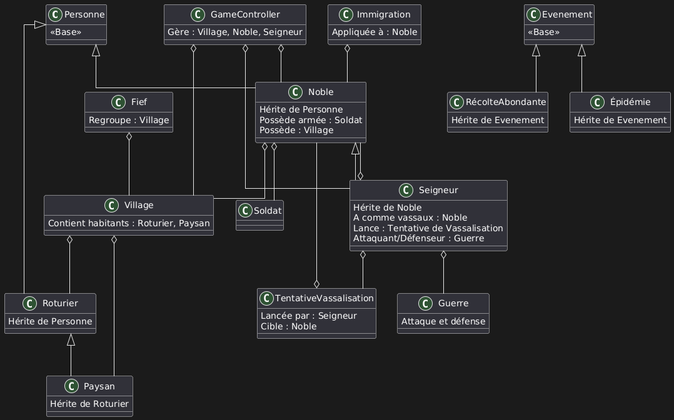
This is Rendu/plantUML.png from evilbutcool73/Jeu_Medievale, a PlantUML export, as it was before one commit. Its diagram source:
```plantuml
@startuml
skinparam linetype ortho

class Personne {
    <<Base>>
}

class Roturier {
    Hérite de Personne
}

class Paysan {
    Hérite de Roturier
}

class Noble {
    Hérite de Personne
    Possède armée : Soldat
    Possède : Village
}

class Seigneur {
    Hérite de Noble
    A comme vassaux : Noble
    Lance : Tentative de Vassalisation
    Attaquant/Défenseur : Guerre
}

class Soldat

class Village {
    Contient habitants : Roturier, Paysan
}

class Fief {
    Regroupe : Village
}

class Evenement {
    <<Base>>
}

class RécolteAbondante {
    Hérite de Evenement
}

class Épidémie {
    Hérite de Evenement
}

class TentativeVassalisation {
    Lancée par : Seigneur
    Cible : Noble
}

class Guerre {
    Attaque et défense
}

class Immigration {
    Appliquée à : Noble
}

class GameController {
    Gère : Village, Noble, Seigneur
}

Personne <|-- Roturier
Roturier <|-- Paysan
Personne <|-- Noble
Noble <|-- Seigneur
Noble o-- Soldat
Noble o-- Village
Seigneur o-- Noble
Village o-- Roturier
Village o-- Paysan
Fief o-- Village
Evenement <|-- RécolteAbondante
Evenement <|-- Épidémie
Seigneur o-- TentativeVassalisation
TentativeVassalisation o-- Noble
Seigneur o-- Guerre
Immigration o-- Noble
GameController o-- Village
GameController o-- Noble
GameController o-- Seigneur
@enduml
```
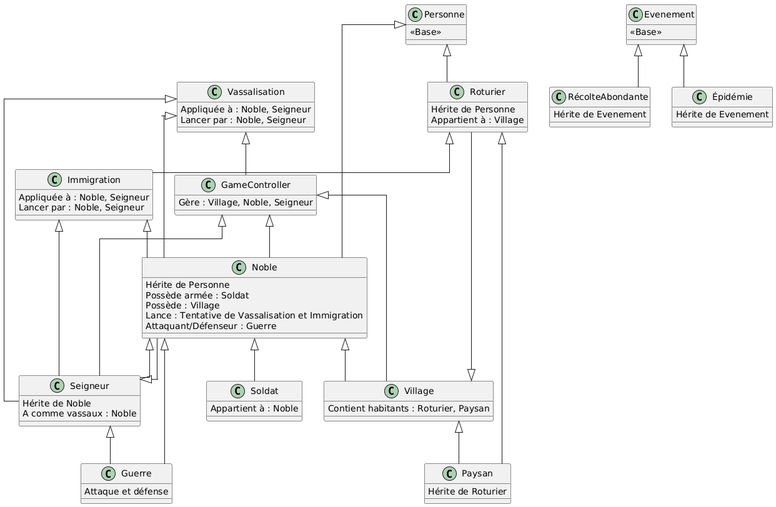
Later version of the same file.

The edit, as a diff of the source:
```diff
@@ -7,6 +7,7 @@
 
 class Roturier {
     Hérite de Personne
+    Appartient à : Village
 }
 
 class Paysan {
@@ -17,23 +18,21 @@
     Hérite de Personne
     Possède armée : Soldat
     Possède : Village
+    Lance : Tentative de Vassalisation et Immigration
+    Attaquant/Défenseur : Guerre
 }
 
 class Seigneur {
     Hérite de Noble
     A comme vassaux : Noble
-    Lance : Tentative de Vassalisation
-    Attaquant/Défenseur : Guerre
 }
 
-class Soldat
+class Soldat{
+   Appartient à : Noble
+}
 
 class Village {
     Contient habitants : Roturier, Paysan
-}
-
-class Fief {
-    Regroupe : Village
 }
 
 class Evenement {
@@ -48,40 +47,44 @@
     Hérite de Evenement
 }
 
-class TentativeVassalisation {
-    Lancée par : Seigneur
-    Cible : Noble
-}
-
 class Guerre {
     Attaque et défense
 }
 
 class Immigration {
-    Appliquée à : Noble
+    Appliquée à : Noble, Seigneur
+Lancer par : Noble, Seigneur
 }
 
 class GameController {
     Gère : Village, Noble, Seigneur
 }
 
+class Vassalisation{
+    Appliquée à : Noble, Seigneur
+    Lancer par : Noble, Seigneur
+}
+
+Vassalisation <|-- Noble
+Vassalisation <|-- Seigneur
+Vassalisation <|-- GameController
 Personne <|-- Roturier
 Roturier <|-- Paysan
 Personne <|-- Noble
 Noble <|-- Seigneur
-Noble o-- Soldat
-Noble o-- Village
-Seigneur o-- Noble
-Village o-- Roturier
-Village o-- Paysan
-Fief o-- Village
+Noble <|-- Soldat
+Noble <|-- Village
+Seigneur <|-- Noble
+Village <|-- Roturier
+Village <|-- Paysan
 Evenement <|-- RécolteAbondante
 Evenement <|-- Épidémie
-Seigneur o-- TentativeVassalisation
-TentativeVassalisation o-- Noble
-Seigneur o-- Guerre
-Immigration o-- Noble
-GameController o-- Village
-GameController o-- Noble
-GameController o-- Seigneur
+Seigneur <|-- Guerre
+Noble <|-- Guerre
+Immigration <|-- Noble
+Immigration <|-- Seigneur
+Roturier <|-- Immigration
+GameController <|-- Village
+GameController <|-- Noble
+GameController <|-- Seigneur
 @enduml
```
